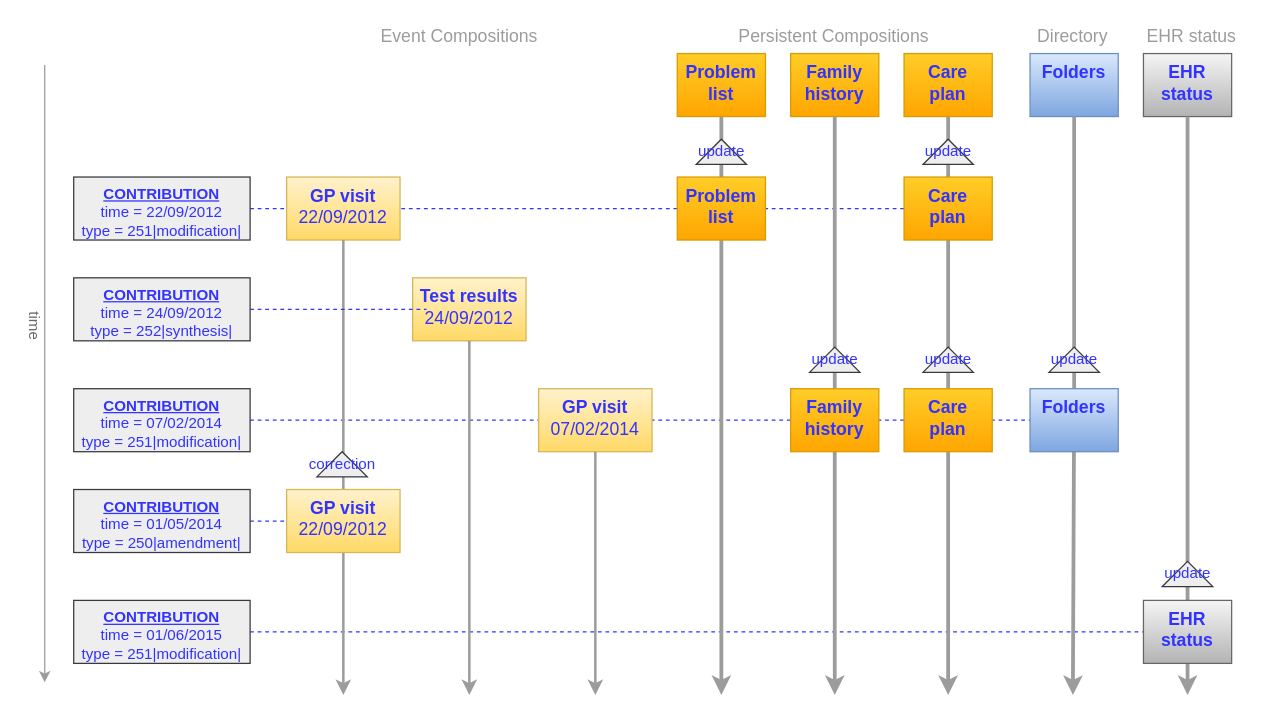
The draw.io diagram docs/ehr/diagrams/ehr_contributions.drawio in openEHR/specifications-RM, before the edit. Source tidied: cells renumbered, new cells numbered last; positions are measured from the earlier drawing's top-left corner, leaving out a move shared by most shapes. Both pictures are drawn from the tidied source at 126%, with x=0, y=0 at pixel (9, 21).
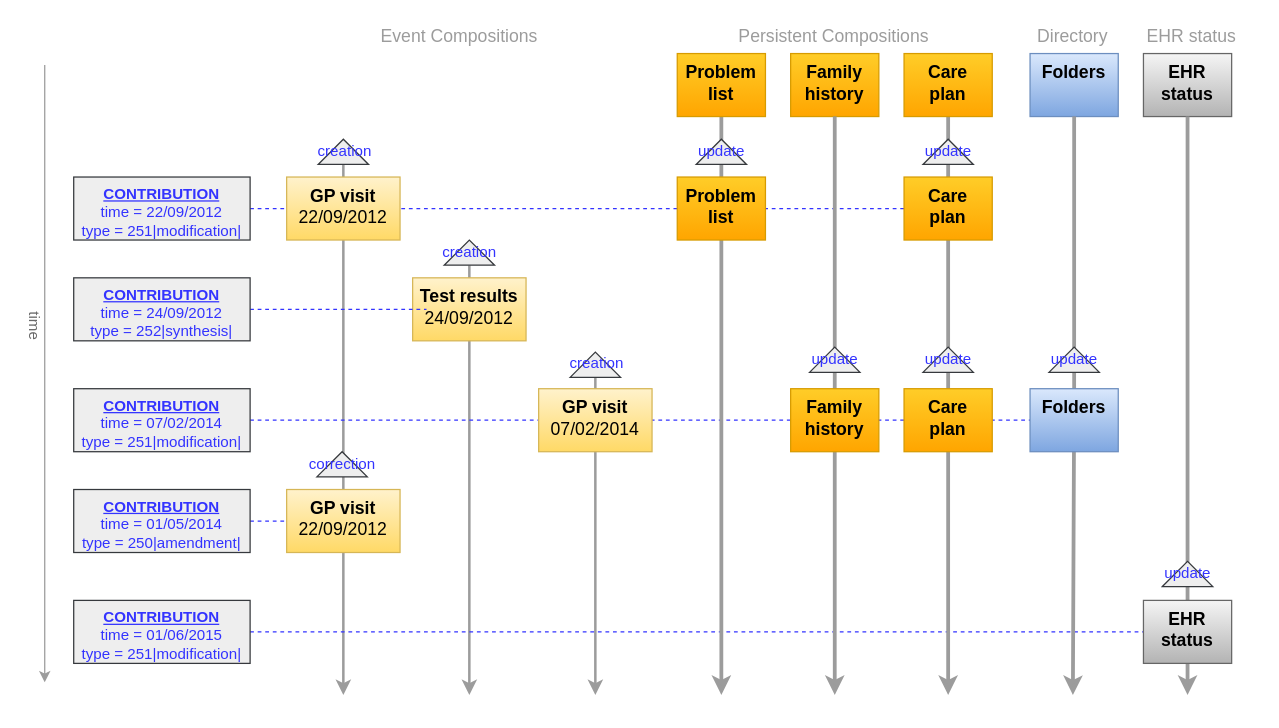
The same page after the edit.

The edit, as a diff of the source:
```diff
@@
+    <mxCell id="25" style="edgeStyle=orthogonalEdgeStyle;rounded=0;jettySize=auto;html=1;exitX=0;exitY=0.5;exitDx=0;exitDy=0;strokeWidth=2;strokeColor=#9C9C9C;" parent="1" edge="1" source="59">
+      <mxGeometry relative="1" as="geometry">
+        <mxPoint x="465" y="534" as="targetPoint" />
+      </mxGeometry>
+    </mxCell>
+    <mxCell id="26" style="edgeStyle=orthogonalEdgeStyle;rounded=0;jettySize=auto;html=1;exitX=0;exitY=0.5;exitDx=0;exitDy=0;strokeWidth=2;strokeColor=#9C9C9C;" parent="1" edge="1" source="57">
+      <mxGeometry relative="1" as="geometry">
+        <mxPoint x="365" y="534" as="targetPoint" />
+      </mxGeometry>
+    </mxCell>
+    <mxCell id="27" style="edgeStyle=orthogonalEdgeStyle;rounded=0;jettySize=auto;html=1;strokeWidth=2;strokeColor=#9C9C9C;exitX=0;exitY=0.5;exitDx=0;exitDy=0;" parent="1" edge="1" source="55">
+      <mxGeometry relative="1" as="geometry">
+        <mxPoint x="265" y="534" as="targetPoint" />
+      </mxGeometry>
+    </mxCell>
@@
-    <mxCell id="8" value="&lt;font color=&quot;#3333ff&quot;&gt;Problem list&lt;/font&gt;" style="rounded=0;whiteSpace=wrap;html=1;fontSize=14;fillColor=#ffcd28;strokeColor=#d79b00;verticalAlign=top;gradientColor=#ffa500;fontStyle=1;" parent="1" vertex="1">
+    <mxCell id="8" value="&lt;font&gt;Problem list&lt;/font&gt;" style="rounded=0;whiteSpace=wrap;html=1;fontSize=14;fillColor=#ffcd28;strokeColor=#d79b00;verticalAlign=top;gradientColor=#ffa500;fontStyle=1;fontColor=#000000;" parent="1" vertex="1">
       <mxGeometry x="530" y="25" width="70" height="50" as="geometry" />
     </mxCell>
-    <mxCell id="9" value="&lt;font color=&quot;#3333ff&quot;&gt;&lt;b&gt;GP visit&lt;/b&gt;&lt;br&gt;22/09/2012&lt;/font&gt;" style="rounded=0;whiteSpace=wrap;html=1;fontSize=14;fillColor=#fff2cc;strokeColor=#d6b656;verticalAlign=top;gradientColor=#ffd966;" parent="1" vertex="1">
+    <mxCell id="9" value="&lt;font&gt;&lt;b&gt;GP visit&lt;/b&gt;&lt;br&gt;22/09/2012&lt;/font&gt;" style="rounded=0;whiteSpace=wrap;html=1;fontSize=14;fillColor=#fff2cc;strokeColor=#d6b656;verticalAlign=top;gradientColor=#ffd966;fontColor=#000000;" parent="1" vertex="1">
       <mxGeometry x="220" y="123" width="90" height="50" as="geometry" />
     </mxCell>
-    <mxCell id="10" value="&lt;font color=&quot;#3333ff&quot;&gt;Family history&lt;/font&gt;" style="rounded=0;whiteSpace=wrap;html=1;fontSize=14;fillColor=#ffcd28;strokeColor=#d79b00;verticalAlign=top;gradientColor=#ffa500;fontStyle=1;" parent="1" vertex="1">
+    <mxCell id="10" value="&lt;font&gt;Family history&lt;/font&gt;" style="rounded=0;whiteSpace=wrap;html=1;fontSize=14;fillColor=#ffcd28;strokeColor=#d79b00;verticalAlign=top;gradientColor=#ffa500;fontStyle=1;fontColor=#000000;" parent="1" vertex="1">
       <mxGeometry x="620" y="25" width="70" height="50" as="geometry" />
     </mxCell>
-    <mxCell id="11" value="&lt;font color=&quot;#3333ff&quot;&gt;Care&lt;br&gt;plan&lt;/font&gt;" style="rounded=0;whiteSpace=wrap;html=1;fontSize=14;fillColor=#ffcd28;strokeColor=#d79b00;verticalAlign=top;gradientColor=#ffa500;fontStyle=1;" parent="1" vertex="1">
+    <mxCell id="11" value="&lt;font&gt;Care&lt;br&gt;plan&lt;/font&gt;" style="rounded=0;whiteSpace=wrap;html=1;fontSize=14;fillColor=#ffcd28;strokeColor=#d79b00;verticalAlign=top;gradientColor=#ffa500;fontStyle=1;fontColor=#000000;" parent="1" vertex="1">
       <mxGeometry x="710" y="25" width="70" height="50" as="geometry" />
     </mxCell>
-    <mxCell id="12" value="&lt;font color=&quot;#3333ff&quot;&gt;Folders&lt;/font&gt;" style="rounded=0;whiteSpace=wrap;html=1;fontSize=14;fillColor=#dae8fc;strokeColor=#6c8ebf;verticalAlign=top;gradientColor=#7ea6e0;fontStyle=1;" parent="1" vertex="1">
+    <mxCell id="12" value="&lt;font&gt;Folders&lt;/font&gt;" style="rounded=0;whiteSpace=wrap;html=1;fontSize=14;fillColor=#dae8fc;strokeColor=#6c8ebf;verticalAlign=top;gradientColor=#7ea6e0;fontStyle=1;fontColor=#000000;" parent="1" vertex="1">
       <mxGeometry x="810" y="25" width="70" height="50" as="geometry" />
     </mxCell>
-    <mxCell id="13" value="&lt;font color=&quot;#3333ff&quot;&gt;EHR status&lt;/font&gt;" style="rounded=0;whiteSpace=wrap;html=1;fontSize=14;fillColor=#f5f5f5;strokeColor=#666666;verticalAlign=top;gradientColor=#b3b3b3;fontStyle=1;" parent="1" vertex="1">
+    <mxCell id="13" value="&lt;font&gt;EHR status&lt;/font&gt;" style="rounded=0;whiteSpace=wrap;html=1;fontSize=14;fillColor=#f5f5f5;strokeColor=#666666;verticalAlign=top;gradientColor=#b3b3b3;fontStyle=1;fontColor=#000000;" parent="1" vertex="1">
       <mxGeometry x="900" y="25" width="70" height="50" as="geometry" />
     </mxCell>
-    <mxCell id="14" value="&lt;font color=&quot;#3333ff&quot;&gt;&lt;b&gt;Test results&lt;/b&gt;&lt;br&gt;24/09/2012&lt;/font&gt;" style="rounded=0;whiteSpace=wrap;html=1;fontSize=14;fillColor=#fff2cc;strokeColor=#d6b656;verticalAlign=top;gradientColor=#ffd966;" parent="1" vertex="1">
+    <mxCell id="14" value="&lt;font&gt;&lt;b&gt;Test results&lt;/b&gt;&lt;br&gt;24/09/2012&lt;/font&gt;" style="rounded=0;whiteSpace=wrap;html=1;fontSize=14;fillColor=#fff2cc;strokeColor=#d6b656;verticalAlign=top;gradientColor=#ffd966;fontColor=#000000;" parent="1" vertex="1">
       <mxGeometry x="320" y="203" width="90" height="50" as="geometry" />
     </mxCell>
-    <mxCell id="15" value="&lt;font color=&quot;#3333ff&quot;&gt;&lt;b&gt;GP visit&lt;/b&gt;&lt;br&gt;07/02/2014&lt;/font&gt;" style="rounded=0;whiteSpace=wrap;html=1;fontSize=14;fillColor=#fff2cc;strokeColor=#d6b656;verticalAlign=top;gradientColor=#ffd966;" parent="1" vertex="1">
+    <mxCell id="15" value="&lt;font&gt;&lt;b&gt;GP visit&lt;/b&gt;&lt;br&gt;07/02/2014&lt;/font&gt;" style="rounded=0;whiteSpace=wrap;html=1;fontSize=14;fillColor=#fff2cc;strokeColor=#d6b656;verticalAlign=top;gradientColor=#ffd966;fontColor=#000000;" parent="1" vertex="1">
       <mxGeometry x="420" y="291" width="90" height="50" as="geometry" />
     </mxCell>
-    <mxCell id="16" value="&lt;font color=&quot;#3333ff&quot;&gt;Problem list&lt;/font&gt;" style="rounded=0;whiteSpace=wrap;html=1;fontSize=14;fillColor=#ffcd28;strokeColor=#d79b00;verticalAlign=top;gradientColor=#ffa500;fontStyle=1;" parent="1" vertex="1">
+    <mxCell id="16" value="&lt;font&gt;Problem list&lt;/font&gt;" style="rounded=0;whiteSpace=wrap;html=1;fontSize=14;fillColor=#ffcd28;strokeColor=#d79b00;verticalAlign=top;gradientColor=#ffa500;fontStyle=1;fontColor=#000000;" parent="1" vertex="1">
       <mxGeometry x="530" y="123" width="70" height="50" as="geometry" />
     </mxCell>
-    <mxCell id="17" value="&lt;font color=&quot;#3333ff&quot;&gt;Care&lt;br&gt;plan&lt;/font&gt;" style="rounded=0;whiteSpace=wrap;html=1;fontSize=14;fillColor=#ffcd28;strokeColor=#d79b00;verticalAlign=top;gradientColor=#ffa500;fontStyle=1;" parent="1" vertex="1">
+    <mxCell id="17" value="&lt;font&gt;Care&lt;br&gt;plan&lt;/font&gt;" style="rounded=0;whiteSpace=wrap;html=1;fontSize=14;fillColor=#ffcd28;strokeColor=#d79b00;verticalAlign=top;gradientColor=#ffa500;fontStyle=1;fontColor=#000000;" parent="1" vertex="1">
       <mxGeometry x="710" y="123" width="70" height="50" as="geometry" />
     </mxCell>
-    <mxCell id="18" value="&lt;font color=&quot;#3333ff&quot;&gt;Care&lt;br&gt;plan&lt;/font&gt;" style="rounded=0;whiteSpace=wrap;html=1;fontSize=14;fillColor=#ffcd28;strokeColor=#d79b00;verticalAlign=top;gradientColor=#ffa500;fontStyle=1;" parent="1" vertex="1">
+    <mxCell id="18" value="&lt;font&gt;Care&lt;br&gt;plan&lt;/font&gt;" style="rounded=0;whiteSpace=wrap;html=1;fontSize=14;fillColor=#ffcd28;strokeColor=#d79b00;verticalAlign=top;gradientColor=#ffa500;fontStyle=1;fontColor=#000000;" parent="1" vertex="1">
       <mxGeometry x="710" y="291" width="70" height="50" as="geometry" />
     </mxCell>
@@
-    <mxCell id="20" value="&lt;font color=&quot;#3333ff&quot;&gt;Family history&lt;/font&gt;" style="rounded=0;whiteSpace=wrap;html=1;fontSize=14;fillColor=#ffcd28;strokeColor=#d79b00;verticalAlign=top;gradientColor=#ffa500;fontStyle=1;" parent="1" vertex="1">
+    <mxCell id="20" value="&lt;font&gt;Family history&lt;/font&gt;" style="rounded=0;whiteSpace=wrap;html=1;fontSize=14;fillColor=#ffcd28;strokeColor=#d79b00;verticalAlign=top;gradientColor=#ffa500;fontStyle=1;fontColor=#000000;" parent="1" vertex="1">
       <mxGeometry x="620" y="291" width="70" height="50" as="geometry" />
     </mxCell>
@@
-    <mxCell id="22" value="&lt;font color=&quot;#3333ff&quot;&gt;Folders&lt;/font&gt;" style="rounded=0;whiteSpace=wrap;html=1;fontSize=14;fillColor=#dae8fc;strokeColor=#6c8ebf;verticalAlign=top;gradientColor=#7ea6e0;fontStyle=1;" parent="1" vertex="1">
+    <mxCell id="22" value="&lt;font&gt;Folders&lt;/font&gt;" style="rounded=0;whiteSpace=wrap;html=1;fontSize=14;fillColor=#dae8fc;strokeColor=#6c8ebf;verticalAlign=top;gradientColor=#7ea6e0;fontStyle=1;fontColor=#000000;" parent="1" vertex="1">
       <mxGeometry x="810" y="291" width="70" height="50" as="geometry" />
     </mxCell>
@@
-    <mxCell id="24" value="&lt;font color=&quot;#3333ff&quot;&gt;EHR status&lt;/font&gt;" style="rounded=0;whiteSpace=wrap;html=1;fontSize=14;fillColor=#f5f5f5;strokeColor=#666666;verticalAlign=top;gradientColor=#b3b3b3;fontStyle=1;" parent="1" vertex="1">
+    <mxCell id="24" value="&lt;font&gt;EHR status&lt;/font&gt;" style="rounded=0;whiteSpace=wrap;html=1;fontSize=14;fillColor=#f5f5f5;strokeColor=#666666;verticalAlign=top;gradientColor=#b3b3b3;fontStyle=1;fontColor=#000000;" parent="1" vertex="1">
       <mxGeometry x="900" y="459" width="70" height="50" as="geometry" />
     </mxCell>
-    <mxCell id="25" style="edgeStyle=orthogonalEdgeStyle;rounded=0;jettySize=auto;html=1;exitX=0.5;exitY=1;exitDx=0;exitDy=0;strokeWidth=2;strokeColor=#9C9C9C;" parent="1" edge="1" source="15">
-      <mxGeometry relative="1" as="geometry">
-        <mxPoint x="465" y="534" as="targetPoint" />
-      </mxGeometry>
-    </mxCell>
-    <mxCell id="26" style="edgeStyle=orthogonalEdgeStyle;rounded=0;jettySize=auto;html=1;exitX=0.5;exitY=1;exitDx=0;exitDy=0;strokeWidth=2;strokeColor=#9C9C9C;" parent="1" edge="1" source="14">
-      <mxGeometry relative="1" as="geometry">
-        <mxPoint x="365" y="534" as="targetPoint" />
-      </mxGeometry>
-    </mxCell>
-    <mxCell id="27" style="edgeStyle=orthogonalEdgeStyle;rounded=0;jettySize=auto;html=1;exitX=0.5;exitY=1;exitDx=0;exitDy=0;strokeWidth=2;strokeColor=#9C9C9C;" parent="1" edge="1" source="9">
-      <mxGeometry relative="1" as="geometry">
-        <mxPoint x="265" y="534" as="targetPoint" />
-      </mxGeometry>
-    </mxCell>
-    <mxCell id="28" value="&lt;font color=&quot;#3333ff&quot;&gt;&lt;b&gt;GP visit&lt;/b&gt;&lt;br&gt;22/09/2012&lt;/font&gt;" style="rounded=0;whiteSpace=wrap;html=1;fontSize=14;fillColor=#fff2cc;strokeColor=#d6b656;verticalAlign=top;gradientColor=#ffd966;" parent="1" vertex="1">
+    <mxCell id="28" value="&lt;font&gt;&lt;b&gt;GP visit&lt;/b&gt;&lt;br&gt;22/09/2012&lt;/font&gt;" style="rounded=0;whiteSpace=wrap;html=1;fontSize=14;fillColor=#fff2cc;strokeColor=#d6b656;verticalAlign=top;gradientColor=#ffd966;fontColor=#000000;" parent="1" vertex="1">
       <mxGeometry x="220" y="371" width="90" height="50" as="geometry" />
     </mxCell>
@@
+    <mxCell id="55" style="triangle;whiteSpace=wrap;html=1;fontSize=12;rotation=-90;fillColor=#eeeeee;strokeColor=#36393d;" parent="1" vertex="1">
+      <mxGeometry x="255" y="83" width="20" height="40" as="geometry" />
+    </mxCell>
+    <mxCell id="56" value="creation" style="text;html=1;align=left;verticalAlign=top;spacingTop=-4;fontSize=12;fontColor=#3333FF;" parent="1" vertex="1">
+      <mxGeometry x="243" y="93" width="60" height="20" as="geometry" />
+    </mxCell>
+    <mxCell id="57" style="triangle;whiteSpace=wrap;html=1;fontSize=12;rotation=-90;fillColor=#eeeeee;strokeColor=#36393d;" parent="1" vertex="1">
+      <mxGeometry x="355" y="163" width="20" height="40" as="geometry" />
+    </mxCell>
+    <mxCell id="58" value="creation" style="text;html=1;align=left;verticalAlign=top;spacingTop=-4;fontSize=12;fontColor=#3333FF;" parent="1" vertex="1">
+      <mxGeometry x="342" y="173" width="60" height="20" as="geometry" />
+    </mxCell>
+    <mxCell id="59" style="triangle;whiteSpace=wrap;html=1;fontSize=12;rotation=-90;fillColor=#eeeeee;strokeColor=#36393d;" parent="1" vertex="1">
+      <mxGeometry x="455" y="252" width="20" height="40" as="geometry" />
+    </mxCell>
+    <mxCell id="60" value="creation" style="text;html=1;align=left;verticalAlign=top;spacingTop=-4;fontSize=12;fontColor=#3333FF;" parent="1" vertex="1">
+      <mxGeometry x="443" y="261" width="60" height="20" as="geometry" />
+    </mxCell>
```
